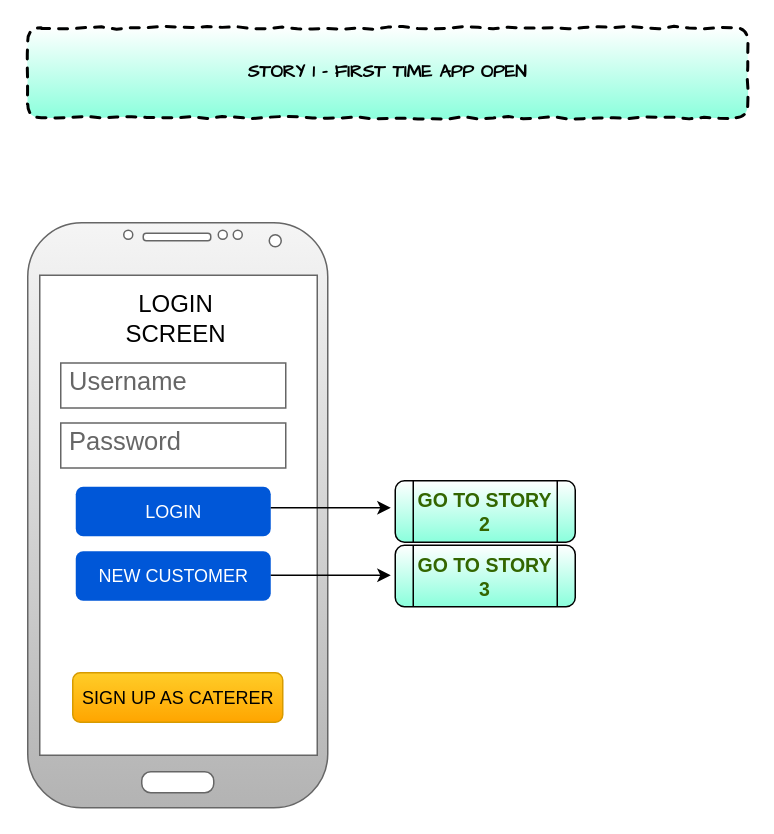
This is Untitled Diagram.drawio from haroonjoblo/latestNews, a draw.io file, before an edit. Source tidied: cells renumbered, new cells numbered last; positions are measured from the earlier drawing's top-left corner, leaving out a move shared by most shapes. Both pictures are drawn from the tidied source at 150%, with x=0, y=0 at pixel (27, 27).
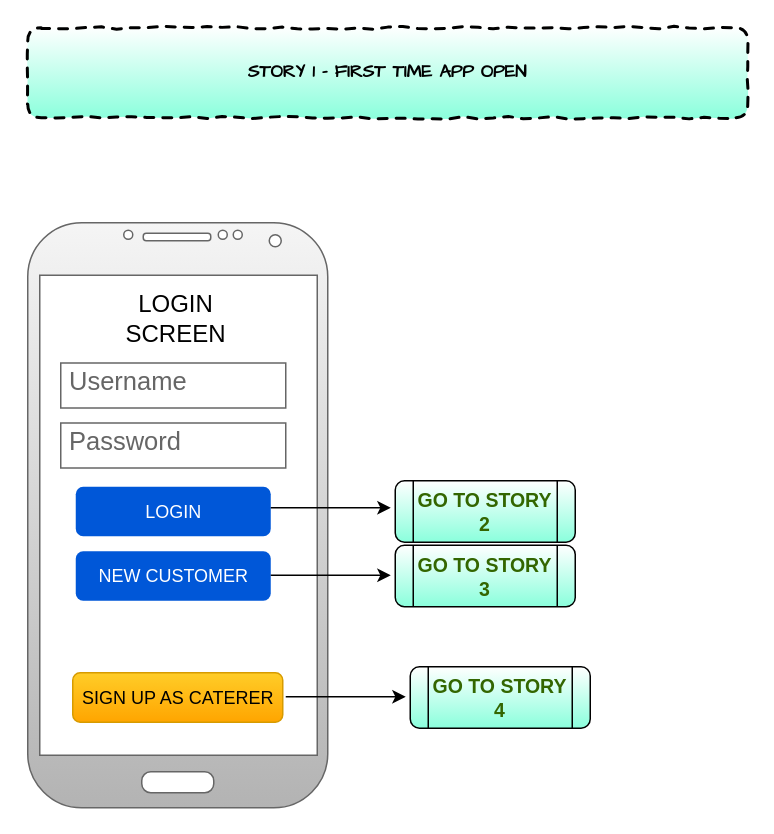
After the change.

Diff of the diagram source:
```diff
@@
 <mxGraphModel>
   <root>
     <mxCell id="0" />
     <mxCell id="1" parent="0" />
     <mxCell id="2" style="verticalLabelPosition=bottom;verticalAlign=top;html=1;shadow=0;dashed=0;strokeWidth=1;shape=mxgraph.android.phone2;rounded=1;glass=0;fillColor=#f5f5f5;strokeColor=#666666;gradientColor=#b3b3b3;" parent="1" vertex="1">
       <mxGeometry y="130" width="200" height="390" as="geometry" />
     </mxCell>
     <mxCell id="3" value="STORY 1 - FIRST TIME APP OPEN" style="html=1;whiteSpace=wrap;comic=1;strokeWidth=2;fontFamily=Comic Sans MS;fontStyle=1;rounded=1;glass=0;dashed=1;gradientColor=#8AFFDC;" parent="1" vertex="1">
       <mxGeometry width="480" height="60" as="geometry" />
     </mxCell>
     <mxCell id="4" value="SIGN UP AS CATERER" style="rounded=1;fillColor=#ffcd28;align=center;strokeColor=#d79b00;html=1;fontSize=12;glass=0;gradientColor=#ffa500;" parent="1" vertex="1">
       <mxGeometry x="30" y="430" width="140" height="33" as="geometry" />
     </mxCell>
     <mxCell id="5" value="Username" style="strokeWidth=1;shadow=0;dashed=0;align=center;html=1;shape=mxgraph.mockup.text.textBox;fillColor=#ffffff;fontColor=#666666;align=left;fontSize=17;spacingLeft=4;spacingTop=-3;strokeColor=#666666;mainText=;rounded=1;glass=0;" parent="1" vertex="1">
       <mxGeometry x="22" y="223.5" width="150" height="30" as="geometry" />
     </mxCell>
     <mxCell id="6" value="Password" style="strokeWidth=1;shadow=0;dashed=0;align=center;html=1;shape=mxgraph.mockup.text.textBox;fillColor=#ffffff;fontColor=#666666;align=left;fontSize=17;spacingLeft=4;spacingTop=-3;strokeColor=#666666;mainText=;rounded=1;glass=0;" parent="1" vertex="1">
       <mxGeometry x="22" y="263.5" width="150" height="30" as="geometry" />
     </mxCell>
     <mxCell id="7" value="LOGIN" style="rounded=1;fillColor=#0057D8;align=center;strokeColor=none;html=1;fontColor=#ffffff;fontSize=12;glass=0;dashed=1;" parent="1" vertex="1">
       <mxGeometry x="32" y="306" width="130" height="33" as="geometry" />
     </mxCell>
     <mxCell id="8" value="LOGIN SCREEN" style="text;html=1;align=center;verticalAlign=middle;whiteSpace=wrap;rounded=0;glass=0;dashed=1;fontSize=16;" parent="1" vertex="1">
       <mxGeometry x="79" y="183.5" width="40" height="20" as="geometry" />
     </mxCell>
     <mxCell id="9" value="NEW CUSTOMER" style="rounded=1;fillColor=#0057D8;align=center;strokeColor=none;html=1;fontColor=#ffffff;fontSize=12;glass=0;dashed=1;" parent="1" vertex="1">
       <mxGeometry x="32" y="349" width="130" height="33" as="geometry" />
     </mxCell>
     <mxCell id="10" style="endArrow=classic;html=1;fontSize=16;fontColor=#336600;" parent="1" edge="1">
       <mxGeometry relative="1" as="geometry">
         <mxPoint x="162" y="320" as="sourcePoint" />
         <mxPoint x="242" y="320" as="targetPoint" />
       </mxGeometry>
     </mxCell>
     <mxCell id="11" style="endArrow=classic;html=1;fontSize=16;fontColor=#336600;" parent="1" edge="1">
       <mxGeometry relative="1" as="geometry">
         <mxPoint x="162" y="365" as="sourcePoint" />
         <mxPoint x="242" y="365" as="targetPoint" />
       </mxGeometry>
     </mxCell>
     <mxCell id="12" value="GO TO STORY 2" style="shape=process;whiteSpace=wrap;html=1;backgroundOutline=1;rounded=1;glass=0;strokeColor=#000000;gradientColor=#8AFFDC;fontSize=13;fontColor=#336600;fontStyle=1;" parent="1" vertex="1">
       <mxGeometry x="245" y="302" width="120" height="41" as="geometry" />
     </mxCell>
     <mxCell id="13" value="GO TO STORY 3" style="shape=process;whiteSpace=wrap;html=1;backgroundOutline=1;rounded=1;glass=0;strokeColor=#000000;gradientColor=#8AFFDC;fontSize=13;fontColor=#336600;fontStyle=1;" parent="1" vertex="1">
       <mxGeometry x="245" y="345" width="120" height="41" as="geometry" />
     </mxCell>
+    <mxCell id="14" style="endArrow=classic;html=1;fontSize=16;fontColor=#336600;" parent="1" edge="1">
+      <mxGeometry relative="1" as="geometry">
+        <mxPoint x="172" y="446" as="sourcePoint" />
+        <mxPoint x="252" y="446" as="targetPoint" />
+      </mxGeometry>
+    </mxCell>
+    <mxCell id="15" value="GO TO STORY 4" style="shape=process;whiteSpace=wrap;html=1;backgroundOutline=1;rounded=1;glass=0;strokeColor=#000000;gradientColor=#8AFFDC;fontSize=13;fontColor=#336600;fontStyle=1;" parent="1" vertex="1">
+      <mxGeometry x="255" y="426" width="120" height="41" as="geometry" />
+    </mxCell>
   </root>
 </mxGraphModel>
```
